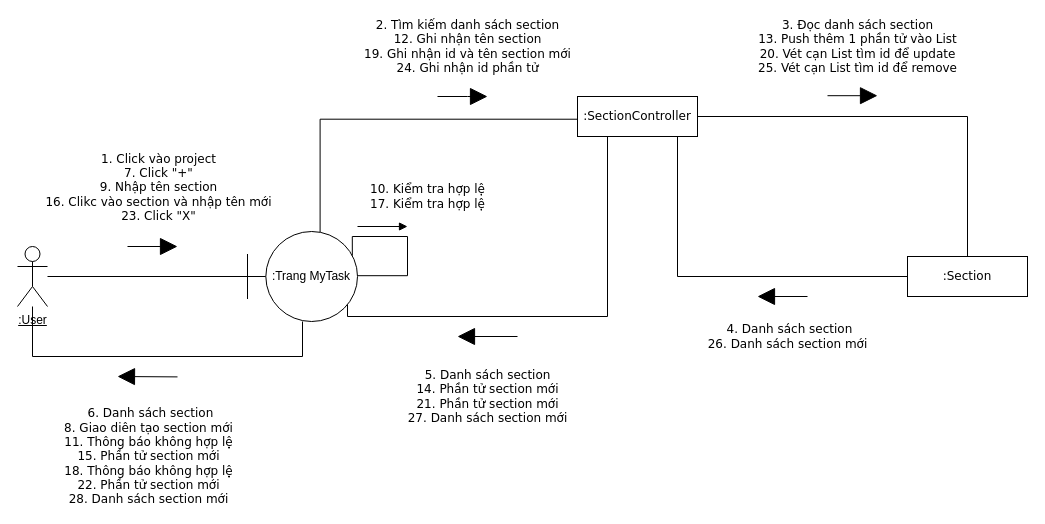
Merevoli-DatLuu/To-Do-App keeps this draw.io diagram as ToDoApp-Doc/Document/Diagram/Collaboration Diagram/ManageSection/ManageSection.drawio. Above is the earlier version. Source tidied: cells renumbered, new cells numbered last; positions are measured from the earlier drawing's top-left corner, leaving out a move shared by most shapes. Both pictures are drawn from the tidied source at 100%, with x=0, y=0 at pixel (17, 95).
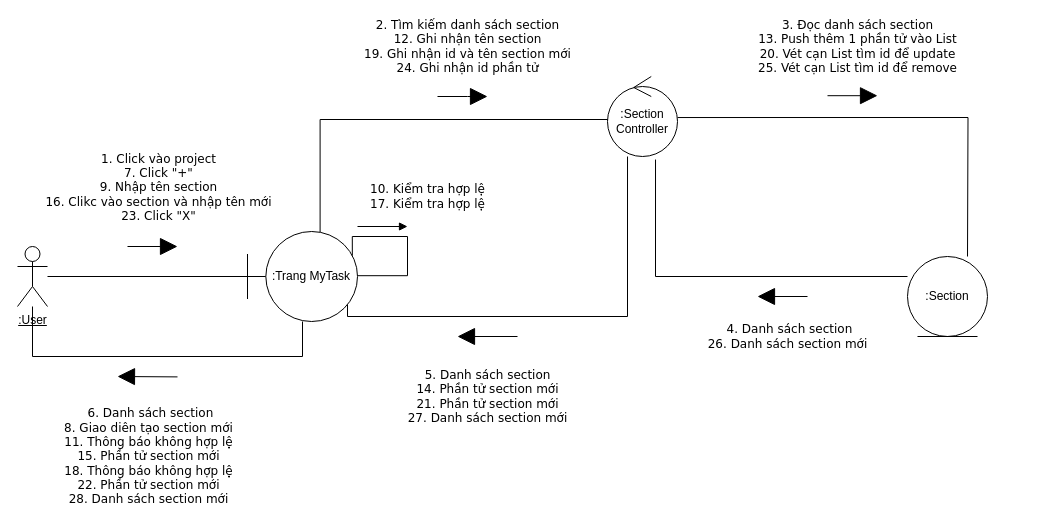
Above is the later version.

Commit message:
[Document, Modified]: ManageSection.drawio CollaborationDiagram

Unchanged cells that the change refers to:
```xml
<mxCell id="9" value="&lt;span&gt;:Trang MyTask&lt;/span&gt;" style="shape=umlBoundary;whiteSpace=wrap;html=1;fontSize=12;" parent="1" vertex="1">
  <mxGeometry x="230" y="136" width="110" height="90" as="geometry" />
</mxCell>
```

Diff of the diagram source:
```diff
@@
-    <mxCell id="4" style="edgeStyle=orthogonalEdgeStyle;rounded=0;jettySize=auto;html=1;endArrow=none;endFill=0;fontSize=12;" parent="1" edge="1" source="6" target="11">
-      <mxGeometry relative="1" as="geometry" />
+    <mxCell id="4" style="edgeStyle=orthogonalEdgeStyle;rounded=0;jettySize=auto;html=1;endArrow=none;endFill=0;fontSize=12;exitX=1;exitY=0.513;exitDx=0;exitDy=0;exitPerimeter=0;" parent="1" edge="1" source="22">
+      <mxGeometry relative="1" as="geometry">
+        <mxPoint x="950" y="161" as="targetPoint" />
+      </mxGeometry>
     </mxCell>
-    <mxCell id="5" style="edgeStyle=orthogonalEdgeStyle;rounded=0;jettySize=auto;html=1;entryX=0.882;entryY=0.836;entryDx=0;entryDy=0;endArrow=none;endFill=0;fontSize=12;entryPerimeter=0;" parent="1" edge="1" source="6" target="9">
+    <mxCell id="5" style="edgeStyle=orthogonalEdgeStyle;rounded=0;jettySize=auto;html=1;entryX=0.882;entryY=0.836;entryDx=0;entryDy=0;endArrow=none;endFill=0;fontSize=12;entryPerimeter=0;exitX=0.286;exitY=1;exitDx=0;exitDy=0;exitPerimeter=0;" parent="1" edge="1" source="22" target="9">
       <mxGeometry relative="1" as="geometry">
         <Array as="points">
-          <mxPoint x="590" y="221" />
+          <mxPoint x="610" y="221" />
           <mxPoint x="330" y="221" />
           <mxPoint x="330" y="204" />
           <mxPoint x="327" y="204" />
         </Array>
       </mxGeometry>
     </mxCell>
-    <mxCell id="6" value="&lt;span style=&quot;font-family: &amp;#34;verdana&amp;#34;&quot;&gt;:SectionController&lt;/span&gt;" style="rounded=0;whiteSpace=wrap;html=1;fontSize=12;" parent="1" vertex="1">
-      <mxGeometry x="560" y="1" width="120" height="40" as="geometry" />
-    </mxCell>
-    <mxCell id="7" style="edgeStyle=orthogonalEdgeStyle;rounded=0;jettySize=auto;html=1;entryX=0.001;entryY=0.568;entryDx=0;entryDy=0;entryPerimeter=0;endArrow=none;endFill=0;fontSize=12;exitX=0.66;exitY=0.022;exitDx=0;exitDy=0;exitPerimeter=0;" parent="1" edge="1" source="9" target="6">
+    <mxCell id="7" style="edgeStyle=orthogonalEdgeStyle;rounded=0;jettySize=auto;html=1;entryX=0.014;entryY=0.563;entryDx=0;entryDy=0;entryPerimeter=0;endArrow=none;endFill=0;fontSize=12;exitX=0.66;exitY=0.022;exitDx=0;exitDy=0;exitPerimeter=0;" parent="1" edge="1" source="9" target="22">
       <mxGeometry relative="1" as="geometry">
         <Array as="points">
           <mxPoint x="303" y="24" />
+          <mxPoint x="591" y="24" />
         </Array>
       </mxGeometry>
     </mxCell>
@@
-    <mxCell id="10" style="edgeStyle=orthogonalEdgeStyle;rounded=0;jettySize=auto;html=1;endArrow=none;endFill=0;fontSize=12;" parent="1" edge="1" source="11">
+    <mxCell id="10" style="edgeStyle=orthogonalEdgeStyle;rounded=0;jettySize=auto;html=1;endArrow=none;endFill=0;fontSize=12;entryX=0.686;entryY=1.038;entryDx=0;entryDy=0;entryPerimeter=0;" parent="1" edge="1" target="22">
       <mxGeometry relative="1" as="geometry">
-        <mxPoint x="660" y="51" as="targetPoint" />
+        <mxPoint x="890" y="181" as="sourcePoint" />
         <Array as="points">
-          <mxPoint x="660" y="181" />
-          <mxPoint x="660" y="41" />
+          <mxPoint x="638" y="181" />
         </Array>
       </mxGeometry>
     </mxCell>
-    <mxCell id="11" value="&lt;span style=&quot;font-family: &amp;#34;verdana&amp;#34;&quot;&gt;:Section&lt;/span&gt;" style="rounded=0;whiteSpace=wrap;html=1;fontSize=12;" parent="1" vertex="1">
-      <mxGeometry x="890" y="161" width="120" height="40" as="geometry" />
-    </mxCell>
@@
+    <mxCell id="22" value="&lt;div&gt;:Section&lt;/div&gt;&lt;div&gt;Controller&lt;br&gt;&lt;/div&gt;" style="ellipse;shape=umlControl;whiteSpace=wrap;html=1;" parent="1" vertex="1">
+      <mxGeometry x="590" y="-19" width="70" height="80" as="geometry" />
+    </mxCell>
+    <mxCell id="11" value=":Section" style="ellipse;shape=umlEntity;whiteSpace=wrap;html=1;" parent="1" vertex="1">
+      <mxGeometry x="890" y="161" width="80" height="80" as="geometry" />
+    </mxCell>
```
